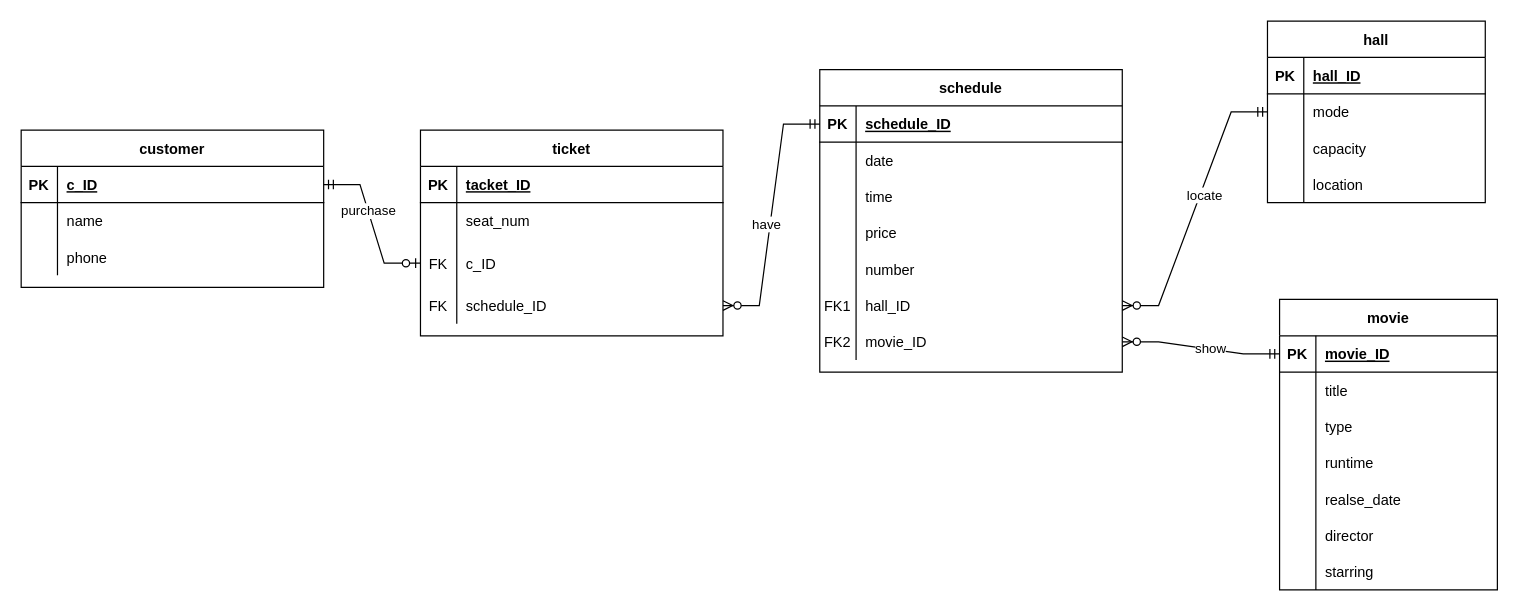
Earlier version of the draw.io diagram E-R图.drawio (Pinky-Lemon6/SQL). Source tidied: cells renumbered, new cells numbered last; positions are measured from the earlier drawing's top-left corner, leaving out a move shared by most shapes. Both pictures are drawn from the tidied source at 121%, with x=0, y=0 at pixel (21, 21).
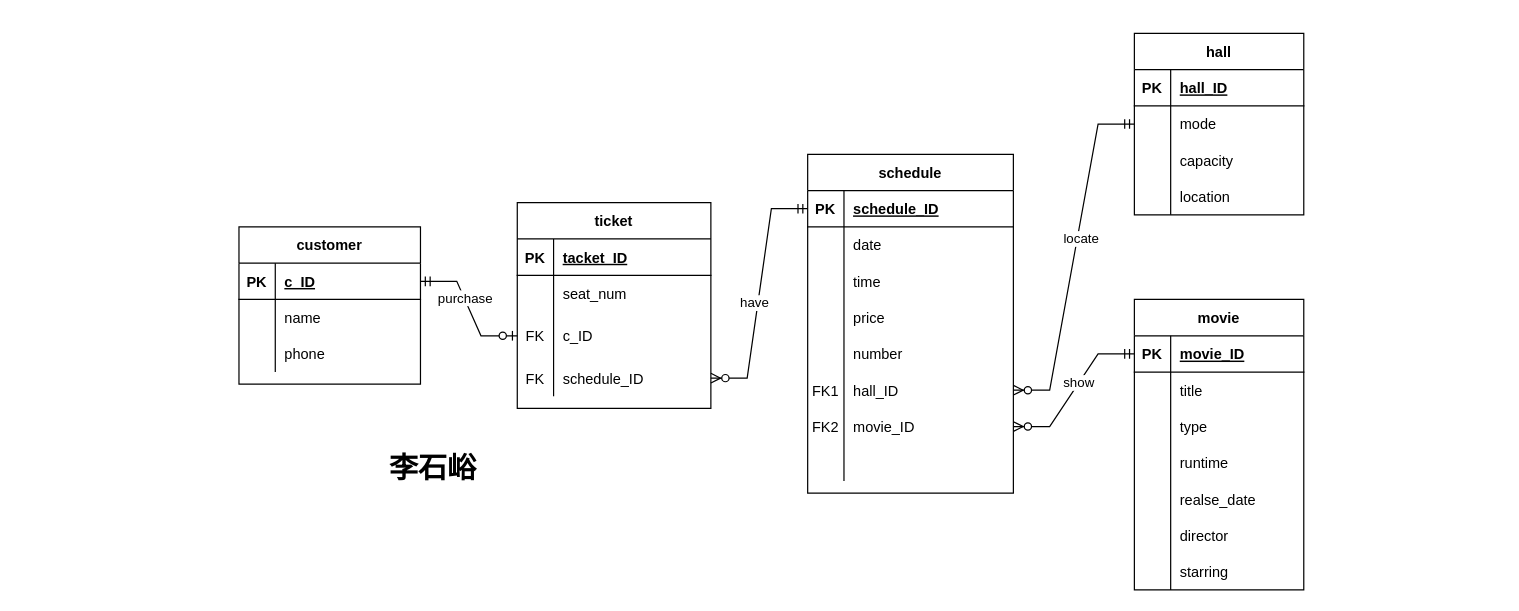
The same diagram, later.

The edit, as a diff of the source:
```diff
@@
     <mxCell id="2" value="ticket" style="shape=table;startSize=30;childLayout=tableLayout;rowLines=0;fontStyle=1;align=center;" parent="1" vertex="1">
-      <mxGeometry x="330" y="90" width="250" height="170" as="geometry" />
+      <mxGeometry x="410" y="150" width="160" height="170" as="geometry" />
     </mxCell>
     <mxCell id="3" style="shape=partialRectangle;fillColor=none;top=0;left=0;right=0;bottom=1;" parent="2" vertex="1">
-      <mxGeometry y="30" width="250" height="30" as="geometry" />
+      <mxGeometry y="30" width="160" height="30" as="geometry" />
     </mxCell>
@@
     <mxCell id="5" value="tacket_ID" style="shape=partialRectangle;overflow=hidden;fillColor=none;top=0;left=0;bottom=0;right=0;align=left;spacingLeft=6;fontStyle=5;" parent="3" vertex="1">
-      <mxGeometry x="30" width="220" height="30" as="geometry" />
+      <mxGeometry x="30" width="130" height="30" as="geometry" />
     </mxCell>
     <mxCell id="6" style="shape=partialRectangle;fillColor=none;top=0;left=0;right=0;bottom=0;" parent="2" vertex="1">
-      <mxGeometry y="60" width="250" height="30" as="geometry" />
+      <mxGeometry y="60" width="160" height="30" as="geometry" />
     </mxCell>
@@
     <mxCell id="8" value="seat_num" style="shape=partialRectangle;overflow=hidden;fillColor=none;top=0;left=0;bottom=0;right=0;align=left;spacingLeft=6;" parent="6" vertex="1">
-      <mxGeometry x="30" width="220" height="30" as="geometry" />
+      <mxGeometry x="30" width="130" height="30" as="geometry" />
     </mxCell>
     <mxCell id="9" style="shape=partialRectangle;fillColor=none;points=[[0,0.5],[1,0.5]];portConstraint=eastwest;top=0;left=0;right=0;bottom=0;" parent="2" vertex="1">
-      <mxGeometry y="90" width="250" height="40" as="geometry" />
+      <mxGeometry y="90" width="160" height="40" as="geometry" />
     </mxCell>
@@
     <mxCell id="11" value="c_ID" style="shape=partialRectangle;overflow=hidden;fillColor=none;top=0;left=0;bottom=0;right=0;align=left;spacingLeft=6;" parent="9" vertex="1">
-      <mxGeometry x="30" width="220" height="40" as="geometry" />
+      <mxGeometry x="30" width="130" height="40" as="geometry" />
     </mxCell>
     <mxCell id="12" style="shape=tableRow;horizontal=0;startSize=0;swimlaneHead=0;swimlaneBody=0;fillColor=none;points=[[0,0.5],[1,0.5]];portConstraint=eastwest;top=0;left=0;right=0;bottom=0;" parent="2" vertex="1">
-      <mxGeometry y="130" width="250" height="30" as="geometry" />
+      <mxGeometry y="130" width="160" height="30" as="geometry" />
     </mxCell>
@@
     <mxCell id="14" value="schedule_ID" style="shape=partialRectangle;fillColor=none;top=0;left=0;bottom=0;right=0;align=left;spacingLeft=6;fontStyle=0;overflow=hidden;" parent="12" vertex="1">
-      <mxGeometry x="30" width="220" height="30" as="geometry" />
+      <mxGeometry x="30" width="130" height="30" as="geometry" />
     </mxCell>
     <mxCell id="15" value="schedule" style="shape=table;startSize=30;childLayout=tableLayout;rowLines=0;fontStyle=1;align=center;" parent="1" vertex="1">
-      <mxGeometry x="660" y="40" width="250" height="250" as="geometry" />
+      <mxGeometry x="650" y="110" width="170" height="280" as="geometry" />
     </mxCell>
     <mxCell id="16" style="shape=partialRectangle;fillColor=none;points=[[0,0.5],[1,0.5]];portConstraint=eastwest;top=0;left=0;right=0;bottom=1;" parent="15" vertex="1">
-      <mxGeometry y="30" width="250" height="30" as="geometry" />
+      <mxGeometry y="30" width="170" height="30" as="geometry" />
     </mxCell>
@@
     <mxCell id="18" value="schedule_ID" style="shape=partialRectangle;overflow=hidden;fillColor=none;top=0;left=0;bottom=0;right=0;align=left;spacingLeft=6;fontStyle=5;" parent="16" vertex="1">
-      <mxGeometry x="30" width="220" height="30" as="geometry" />
+      <mxGeometry x="30" width="140" height="30" as="geometry" />
     </mxCell>
     <mxCell id="19" style="shape=tableRow;horizontal=0;startSize=0;swimlaneHead=0;swimlaneBody=0;fillColor=none;top=0;left=0;right=0;bottom=0;" parent="15" vertex="1">
-      <mxGeometry y="60" width="250" height="30" as="geometry" />
+      <mxGeometry y="60" width="170" height="30" as="geometry" />
     </mxCell>
@@
     <mxCell id="21" value="date" style="shape=partialRectangle;fillColor=none;top=0;left=0;bottom=0;right=0;align=left;spacingLeft=6;overflow=hidden;" parent="19" vertex="1">
-      <mxGeometry x="30" width="220" height="30" as="geometry" />
+      <mxGeometry x="30" width="140" height="30" as="geometry" />
     </mxCell>
     <mxCell id="22" style="shape=tableRow;horizontal=0;startSize=0;swimlaneHead=0;swimlaneBody=0;fillColor=none;top=0;left=0;right=0;bottom=0;" parent="15" vertex="1">
-      <mxGeometry y="90" width="250" height="30" as="geometry" />
+      <mxGeometry y="90" width="170" height="30" as="geometry" />
     </mxCell>
@@
     <mxCell id="24" value="time" style="shape=partialRectangle;fillColor=none;top=0;left=0;bottom=0;right=0;align=left;spacingLeft=6;overflow=hidden;" parent="22" vertex="1">
-      <mxGeometry x="30" width="220" height="30" as="geometry" />
+      <mxGeometry x="30" width="140" height="30" as="geometry" />
     </mxCell>
     <mxCell id="25" style="shape=tableRow;horizontal=0;startSize=0;swimlaneHead=0;swimlaneBody=0;fillColor=none;top=0;left=0;right=0;bottom=0;" parent="15" vertex="1">
-      <mxGeometry y="120" width="250" height="30" as="geometry" />
+      <mxGeometry y="120" width="170" height="30" as="geometry" />
     </mxCell>
@@
     <mxCell id="27" value="price" style="shape=partialRectangle;fillColor=none;top=0;left=0;bottom=0;right=0;align=left;spacingLeft=6;overflow=hidden;" parent="25" vertex="1">
-      <mxGeometry x="30" width="220" height="30" as="geometry" />
+      <mxGeometry x="30" width="140" height="30" as="geometry" />
     </mxCell>
     <mxCell id="28" style="shape=tableRow;horizontal=0;startSize=0;swimlaneHead=0;swimlaneBody=0;fillColor=none;top=0;left=0;right=0;bottom=0;" parent="15" vertex="1">
-      <mxGeometry y="150" width="250" height="30" as="geometry" />
+      <mxGeometry y="150" width="170" height="30" as="geometry" />
     </mxCell>
@@
     <mxCell id="30" value="number" style="shape=partialRectangle;fillColor=none;top=0;left=0;bottom=0;right=0;align=left;spacingLeft=6;overflow=hidden;" parent="28" vertex="1">
-      <mxGeometry x="30" width="220" height="30" as="geometry" />
+      <mxGeometry x="30" width="140" height="30" as="geometry" />
     </mxCell>
     <mxCell id="31" style="shape=partialRectangle;fillColor=none;points=[[0,0.5],[1,0.5]];portConstraint=eastwest;top=0;left=0;right=0;bottom=0;" parent="15" vertex="1">
-      <mxGeometry y="180" width="250" height="30" as="geometry" />
+      <mxGeometry y="180" width="170" height="30" as="geometry" />
     </mxCell>
@@
     <mxCell id="33" value="hall_ID" style="shape=partialRectangle;overflow=hidden;fillColor=none;top=0;left=0;bottom=0;right=0;align=left;spacingLeft=6;" parent="31" vertex="1">
-      <mxGeometry x="30" width="220" height="30" as="geometry" />
+      <mxGeometry x="30" width="140" height="30" as="geometry" />
     </mxCell>
+    <mxCell id="48" style="shape=tableRow;horizontal=0;startSize=0;swimlaneHead=0;swimlaneBody=0;fillColor=none;points=[[0,0.5],[1,0.5]];portConstraint=eastwest;top=0;left=0;right=0;bottom=0;" parent="15" vertex="1">
+      <mxGeometry y="210" width="170" height="30" as="geometry" />
+    </mxCell>
+    <mxCell id="49" value="FK2" style="shape=partialRectangle;fillColor=none;top=0;left=0;bottom=0;right=0;fontStyle=0;overflow=hidden;" parent="48" vertex="1">
+      <mxGeometry width="30" height="30" as="geometry" />
+    </mxCell>
+    <mxCell id="50" value="movie_ID" style="shape=partialRectangle;fillColor=none;top=0;left=0;bottom=0;right=0;align=left;spacingLeft=6;fontStyle=0;overflow=hidden;" parent="48" vertex="1">
+      <mxGeometry x="30" width="140" height="30" as="geometry" />
+    </mxCell>
     <mxCell id="34" style="shape=partialRectangle;fillColor=none;points=[[0,0.5],[1,0.5]];portConstraint=eastwest;top=0;left=0;right=0;bottom=0;" parent="15" vertex="1">
-      <mxGeometry y="210" width="250" height="30" as="geometry" />
+      <mxGeometry y="240" width="170" height="30" as="geometry" />
     </mxCell>
@@
     <mxCell id="36" style="shape=partialRectangle;overflow=hidden;fillColor=none;top=0;left=0;bottom=0;right=0;align=left;spacingLeft=6;" parent="34" vertex="1">
-      <mxGeometry x="30" width="220" height="30" as="geometry" />
+      <mxGeometry x="30" width="140" height="30" as="geometry" />
     </mxCell>
     <mxCell id="37" value="customer" style="shape=table;startSize=30;childLayout=tableLayout;rowLines=0;fontStyle=1;align=center;" parent="1" vertex="1">
-      <mxGeometry y="90" width="250" height="130" as="geometry" />
+      <mxGeometry x="180" y="170" width="150" height="130" as="geometry" />
     </mxCell>
     <mxCell id="38" style="shape=partialRectangle;fillColor=none;points=[[0,0.5],[1,0.5]];portConstraint=eastwest;top=0;left=0;right=0;bottom=1;" parent="37" vertex="1">
-      <mxGeometry y="30" width="250" height="30" as="geometry" />
+      <mxGeometry y="30" width="150" height="30" as="geometry" />
     </mxCell>
@@
     <mxCell id="40" value="c_ID" style="shape=partialRectangle;overflow=hidden;fillColor=none;top=0;left=0;bottom=0;right=0;align=left;spacingLeft=6;fontStyle=5;" parent="38" vertex="1">
-      <mxGeometry x="30" width="220" height="30" as="geometry" />
+      <mxGeometry x="30" width="120" height="30" as="geometry" />
     </mxCell>
     <mxCell id="41" style="shape=partialRectangle;fillColor=none;top=0;left=0;right=0;bottom=0;" parent="37" vertex="1">
-      <mxGeometry y="60" width="250" height="30" as="geometry" />
+      <mxGeometry y="60" width="150" height="30" as="geometry" />
     </mxCell>
@@
     <mxCell id="43" value="name" style="shape=partialRectangle;overflow=hidden;fillColor=none;top=0;left=0;bottom=0;right=0;align=left;spacingLeft=6;" parent="41" vertex="1">
-      <mxGeometry x="30" width="220" height="30" as="geometry" />
+      <mxGeometry x="30" width="120" height="30" as="geometry" />
     </mxCell>
     <mxCell id="44" style="shape=tableRow;horizontal=0;startSize=0;swimlaneHead=0;swimlaneBody=0;fillColor=none;top=0;left=0;right=0;bottom=0;" parent="37" vertex="1">
-      <mxGeometry y="90" width="250" height="30" as="geometry" />
+      <mxGeometry y="90" width="150" height="30" as="geometry" />
     </mxCell>
@@
     <mxCell id="46" value="phone" style="shape=partialRectangle;fillColor=none;top=0;left=0;bottom=0;right=0;align=left;spacingLeft=6;overflow=hidden;" parent="44" vertex="1">
-      <mxGeometry x="30" width="220" height="30" as="geometry" />
+      <mxGeometry x="30" width="120" height="30" as="geometry" />
     </mxCell>
-    <mxCell id="47" style="shape=table;startSize=0;childLayout=tableLayout;rowLines=0;fontStyle=0;align=center;strokeColor=none;fillColor=none;" parent="1" vertex="1">
-      <mxGeometry x="660" y="250" width="180" height="30" as="geometry" />
-    </mxCell>
-    <mxCell id="48" style="shape=tableRow;horizontal=0;startSize=0;swimlaneHead=0;swimlaneBody=0;fillColor=none;points=[[0,0.5],[1,0.5]];portConstraint=eastwest;top=0;left=0;right=0;bottom=0;" parent="47" vertex="1">
-      <mxGeometry width="180" height="30" as="geometry" />
-    </mxCell>
-    <mxCell id="49" value="FK2" style="shape=partialRectangle;fillColor=none;top=0;left=0;bottom=0;right=0;fontStyle=0;overflow=hidden;" parent="48" vertex="1">
-      <mxGeometry width="30" height="30" as="geometry" />
-    </mxCell>
-    <mxCell id="50" value="movie_ID" style="shape=partialRectangle;fillColor=none;top=0;left=0;bottom=0;right=0;align=left;spacingLeft=6;fontStyle=0;overflow=hidden;" parent="48" vertex="1">
-      <mxGeometry x="30" width="150" height="30" as="geometry" />
-    </mxCell>
@@
     <mxCell id="55" value="hall" style="shape=table;startSize=30;childLayout=tableLayout;rowLines=0;fontStyle=1;align=center;" parent="1" vertex="1">
-      <mxGeometry x="1030" width="180" height="150" as="geometry" />
+      <mxGeometry x="920" y="10" width="140" height="150" as="geometry" />
     </mxCell>
     <mxCell id="56" style="shape=tableRow;horizontal=0;startSize=0;swimlaneHead=0;swimlaneBody=0;fillColor=none;top=0;left=0;right=0;bottom=1;" parent="55" vertex="1">
-      <mxGeometry y="30" width="180" height="30" as="geometry" />
+      <mxGeometry y="30" width="140" height="30" as="geometry" />
     </mxCell>
@@
     <mxCell id="58" value="hall_ID" style="shape=partialRectangle;fillColor=none;top=0;left=0;bottom=0;right=0;align=left;spacingLeft=6;fontStyle=5;overflow=hidden;" parent="56" vertex="1">
-      <mxGeometry x="30" width="150" height="30" as="geometry" />
+      <mxGeometry x="30" width="110" height="30" as="geometry" />
     </mxCell>
     <mxCell id="59" style="shape=tableRow;horizontal=0;startSize=0;swimlaneHead=0;swimlaneBody=0;fillColor=none;points=[[0,0.5],[1,0.5]];portConstraint=eastwest;top=0;left=0;right=0;bottom=0;" parent="55" vertex="1">
-      <mxGeometry y="60" width="180" height="30" as="geometry" />
+      <mxGeometry y="60" width="140" height="30" as="geometry" />
     </mxCell>
@@
     <mxCell id="61" value="mode" style="shape=partialRectangle;fillColor=none;top=0;left=0;bottom=0;right=0;align=left;spacingLeft=6;overflow=hidden;" parent="59" vertex="1">
-      <mxGeometry x="30" width="150" height="30" as="geometry" />
+      <mxGeometry x="30" width="110" height="30" as="geometry" />
     </mxCell>
     <mxCell id="62" style="shape=tableRow;horizontal=0;startSize=0;swimlaneHead=0;swimlaneBody=0;fillColor=none;top=0;left=0;right=0;bottom=0;" parent="55" vertex="1">
-      <mxGeometry y="90" width="180" height="30" as="geometry" />
+      <mxGeometry y="90" width="140" height="30" as="geometry" />
     </mxCell>
@@
     <mxCell id="64" value="capacity" style="shape=partialRectangle;fillColor=none;top=0;left=0;bottom=0;right=0;align=left;spacingLeft=6;overflow=hidden;" parent="62" vertex="1">
-      <mxGeometry x="30" width="150" height="30" as="geometry" />
+      <mxGeometry x="30" width="110" height="30" as="geometry" />
     </mxCell>
     <mxCell id="65" style="shape=tableRow;horizontal=0;startSize=0;swimlaneHead=0;swimlaneBody=0;fillColor=none;top=0;left=0;right=0;bottom=0;" parent="55" vertex="1">
-      <mxGeometry y="120" width="180" height="30" as="geometry" />
+      <mxGeometry y="120" width="140" height="30" as="geometry" />
     </mxCell>
@@
     <mxCell id="67" value="location" style="shape=partialRectangle;fillColor=none;top=0;left=0;bottom=0;right=0;align=left;spacingLeft=6;overflow=hidden;" parent="65" vertex="1">
-      <mxGeometry x="30" width="150" height="30" as="geometry" />
+      <mxGeometry x="30" width="110" height="30" as="geometry" />
     </mxCell>
@@
     <mxCell id="70" value="movie" style="shape=table;startSize=30;childLayout=tableLayout;rowLines=0;fontStyle=1;align=center;" parent="1" vertex="1">
-      <mxGeometry x="1040" y="230" width="180" height="240" as="geometry" />
+      <mxGeometry x="920" y="230" width="140" height="240" as="geometry" />
     </mxCell>
     <mxCell id="71" style="shape=tableRow;horizontal=0;startSize=0;swimlaneHead=0;swimlaneBody=0;fillColor=none;points=[[0,0.5],[1,0.5]];portConstraint=eastwest;top=0;left=0;right=0;bottom=1;" parent="70" vertex="1">
-      <mxGeometry y="30" width="180" height="30" as="geometry" />
+      <mxGeometry y="30" width="140" height="30" as="geometry" />
     </mxCell>
@@
     <mxCell id="73" value="movie_ID" style="shape=partialRectangle;fillColor=none;top=0;left=0;bottom=0;right=0;align=left;spacingLeft=6;fontStyle=5;overflow=hidden;" parent="71" vertex="1">
-      <mxGeometry x="30" width="150" height="30" as="geometry" />
+      <mxGeometry x="30" width="110" height="30" as="geometry" />
     </mxCell>
     <mxCell id="74" style="shape=tableRow;horizontal=0;startSize=0;swimlaneHead=0;swimlaneBody=0;fillColor=none;top=0;left=0;right=0;bottom=0;" parent="70" vertex="1">
-      <mxGeometry y="60" width="180" height="30" as="geometry" />
+      <mxGeometry y="60" width="140" height="30" as="geometry" />
     </mxCell>
@@
     <mxCell id="76" value="title" style="shape=partialRectangle;fillColor=none;top=0;left=0;bottom=0;right=0;align=left;spacingLeft=6;overflow=hidden;" parent="74" vertex="1">
-      <mxGeometry x="30" width="150" height="30" as="geometry" />
+      <mxGeometry x="30" width="110" height="30" as="geometry" />
     </mxCell>
     <mxCell id="77" style="shape=tableRow;horizontal=0;startSize=0;swimlaneHead=0;swimlaneBody=0;fillColor=none;top=0;left=0;right=0;bottom=0;" parent="70" vertex="1">
-      <mxGeometry y="90" width="180" height="30" as="geometry" />
+      <mxGeometry y="90" width="140" height="30" as="geometry" />
     </mxCell>
@@
     <mxCell id="79" value="type" style="shape=partialRectangle;fillColor=none;top=0;left=0;bottom=0;right=0;align=left;spacingLeft=6;overflow=hidden;" parent="77" vertex="1">
-      <mxGeometry x="30" width="150" height="30" as="geometry" />
+      <mxGeometry x="30" width="110" height="30" as="geometry" />
     </mxCell>
     <mxCell id="80" style="shape=tableRow;horizontal=0;startSize=0;swimlaneHead=0;swimlaneBody=0;fillColor=none;top=0;left=0;right=0;bottom=0;" parent="70" vertex="1">
-      <mxGeometry y="120" width="180" height="30" as="geometry" />
+      <mxGeometry y="120" width="140" height="30" as="geometry" />
     </mxCell>
@@
     <mxCell id="82" value="runtime" style="shape=partialRectangle;fillColor=none;top=0;left=0;bottom=0;right=0;align=left;spacingLeft=6;overflow=hidden;" parent="80" vertex="1">
-      <mxGeometry x="30" width="150" height="30" as="geometry" />
+      <mxGeometry x="30" width="110" height="30" as="geometry" />
     </mxCell>
     <mxCell id="83" style="shape=tableRow;horizontal=0;startSize=0;swimlaneHead=0;swimlaneBody=0;fillColor=none;top=0;left=0;right=0;bottom=0;" parent="70" vertex="1">
-      <mxGeometry y="150" width="180" height="30" as="geometry" />
+      <mxGeometry y="150" width="140" height="30" as="geometry" />
     </mxCell>
@@
     <mxCell id="85" value="realse_date" style="shape=partialRectangle;fillColor=none;top=0;left=0;bottom=0;right=0;align=left;spacingLeft=6;overflow=hidden;" parent="83" vertex="1">
-      <mxGeometry x="30" width="150" height="30" as="geometry" />
+      <mxGeometry x="30" width="110" height="30" as="geometry" />
     </mxCell>
     <mxCell id="86" style="shape=tableRow;horizontal=0;startSize=0;swimlaneHead=0;swimlaneBody=0;fillColor=none;top=0;left=0;right=0;bottom=0;" parent="70" vertex="1">
-      <mxGeometry y="180" width="180" height="30" as="geometry" />
+      <mxGeometry y="180" width="140" height="30" as="geometry" />
     </mxCell>
@@
     <mxCell id="88" value="director" style="shape=partialRectangle;fillColor=none;top=0;left=0;bottom=0;right=0;align=left;spacingLeft=6;overflow=hidden;" parent="86" vertex="1">
-      <mxGeometry x="30" width="150" height="30" as="geometry" />
+      <mxGeometry x="30" width="110" height="30" as="geometry" />
     </mxCell>
     <mxCell id="89" style="shape=tableRow;horizontal=0;startSize=0;swimlaneHead=0;swimlaneBody=0;fillColor=none;top=0;left=0;right=0;bottom=0;" parent="70" vertex="1">
-      <mxGeometry y="210" width="180" height="30" as="geometry" />
+      <mxGeometry y="210" width="140" height="30" as="geometry" />
     </mxCell>
@@
     <mxCell id="91" value="starring" style="shape=partialRectangle;fillColor=none;top=0;left=0;bottom=0;right=0;align=left;spacingLeft=6;overflow=hidden;" parent="89" vertex="1">
-      <mxGeometry x="30" width="150" height="30" as="geometry" />
+      <mxGeometry x="30" width="110" height="30" as="geometry" />
     </mxCell>
-    <mxCell id="92" style="edgeStyle=entityRelationEdgeStyle;fontSize=12;html=1;endArrow=ERzeroToMany;startArrow=ERmandOne;rounded=0;entryX=1;entryY=0.5;entryDx=0;entryDy=0;exitX=0;exitY=0.5;exitDx=0;exitDy=0;" parent="1" edge="1" source="71" target="34">
+    <mxCell id="92" style="edgeStyle=entityRelationEdgeStyle;fontSize=12;html=1;endArrow=ERzeroToMany;startArrow=ERmandOne;rounded=0;entryX=1;entryY=0.5;entryDx=0;entryDy=0;exitX=0;exitY=0.5;exitDx=0;exitDy=0;" parent="1" edge="1" source="71" target="48">
       <mxGeometry relative="1" as="geometry" />
     </mxCell>
@@
+    <mxCell id="94" value="李石峪" style="text;strokeColor=none;fillColor=none;html=1;fontSize=24;fontStyle=1;verticalAlign=middle;align=center;" parent="1" vertex="1">
+      <mxGeometry x="290" y="350" width="100" height="40" as="geometry" />
+    </mxCell>
```
